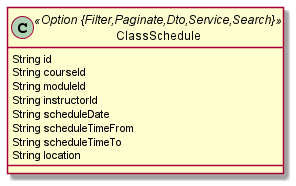
The PlantUML diagram JDL/schdule_classes.png in shahidhmohamed/smartCampusManagmentSystem---backEnd, before a commit.
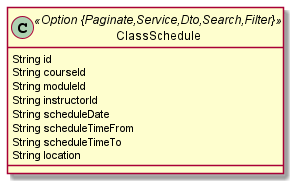
After the change.

The edit, as a diff of the source:
```diff
@@ -1,6 +1,6 @@
 @startuml
 	!pragma syntax class
-	class ClassSchedule <<Option {Filter,Paginate,Dto,Service,Search}>> {
+	class ClassSchedule <<Option {Paginate,Service,Dto,Search,Filter}>> {
 		String id
 		String courseId
 		String moduleId
```
